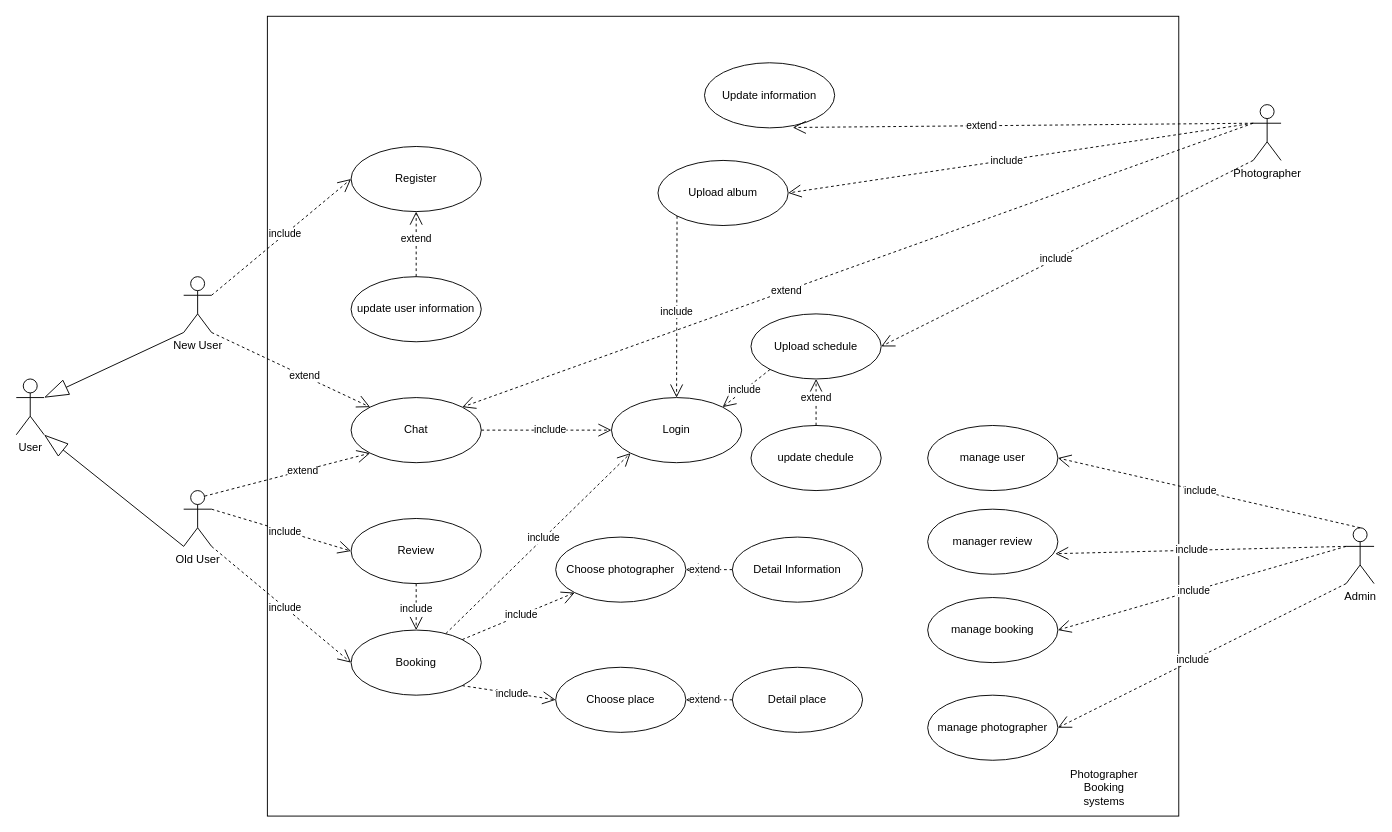
caoquy2000/DBI keeps this draw.io diagram as Untitled Diagramxxx1.drawio. Above is the earlier version. Source tidied: cells renumbered, new cells numbered last; positions are measured from the earlier drawing's top-left corner, leaving out a move shared by most shapes. Both pictures are drawn from the tidied source at 93%, with x=0, y=0 at pixel (16, 16).
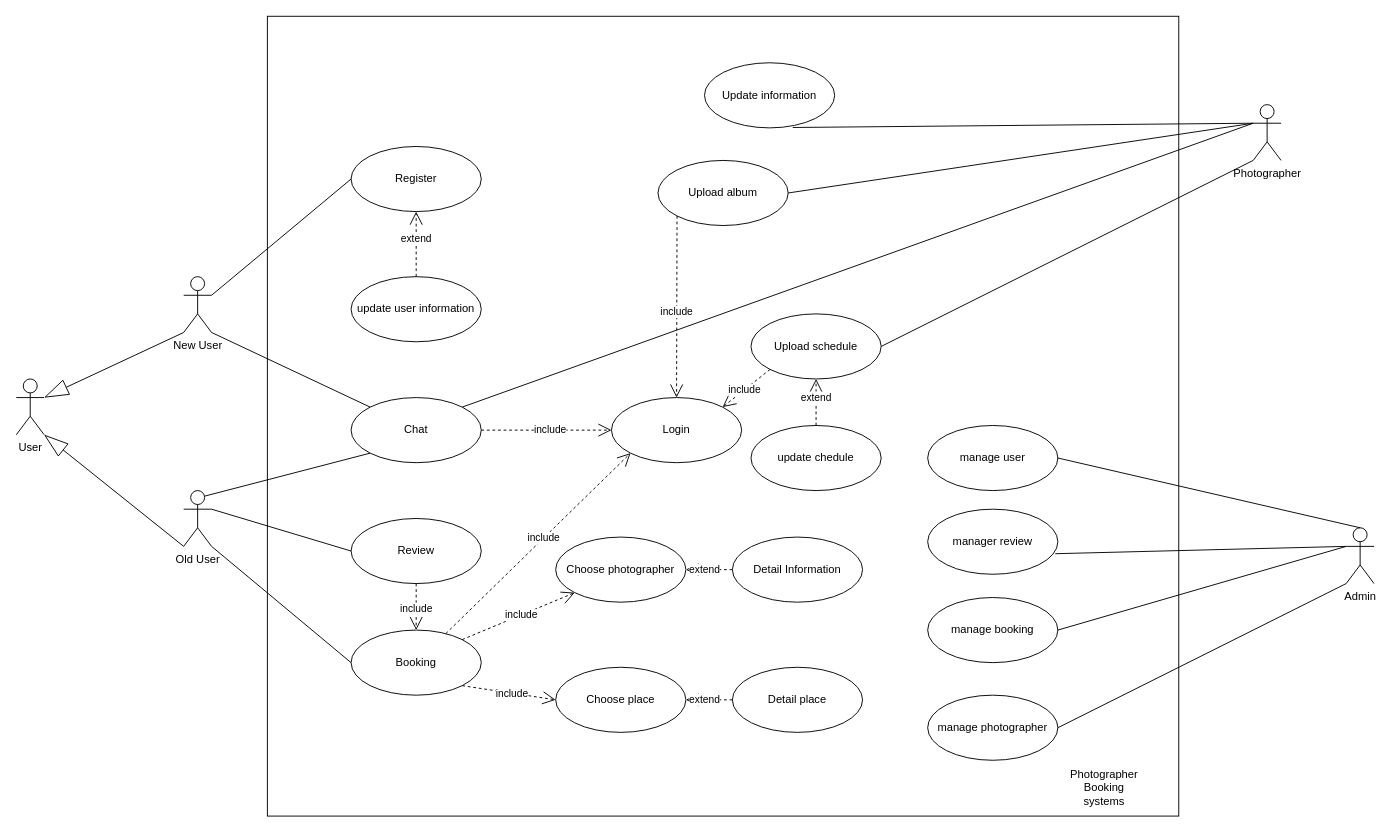
After the change.

The change refers to these unchanged cells:
```xml
<mxCell id="4" value="New User" style="shape=umlActor;verticalLabelPosition=bottom;verticalAlign=top;html=1;" parent="1" vertex="1">
  <mxGeometry x="180" y="280" width="30" height="60" as="geometry" />
</mxCell>
<mxCell id="5" value="Old User" style="shape=umlActor;verticalLabelPosition=bottom;verticalAlign=top;html=1;" parent="1" vertex="1">
  <mxGeometry x="180" y="510" width="30" height="60" as="geometry" />
</mxCell>
<mxCell id="6" value="Register" style="ellipse;whiteSpace=wrap;html=1;" parent="1" vertex="1">
  <mxGeometry x="360" y="140" width="140" height="70" as="geometry" />
</mxCell>
<mxCell id="7" value="Chat" style="ellipse;whiteSpace=wrap;html=1;" parent="1" vertex="1">
  <mxGeometry x="360" y="410" width="140" height="70" as="geometry" />
</mxCell>
<mxCell id="9" value="Booking" style="ellipse;whiteSpace=wrap;html=1;" parent="1" vertex="1">
  <mxGeometry x="360" y="660" width="140" height="70" as="geometry" />
</mxCell>
<mxCell id="12" value="Review" style="ellipse;whiteSpace=wrap;html=1;" parent="1" vertex="1">
  <mxGeometry x="360" y="540" width="140" height="70" as="geometry" />
</mxCell>
<mxCell id="13" value="Upload album" style="ellipse;whiteSpace=wrap;html=1;" parent="1" vertex="1">
  <mxGeometry x="690" y="155" width="140" height="70" as="geometry" />
</mxCell>
<mxCell id="14" value="Photographer" style="shape=umlActor;verticalLabelPosition=bottom;verticalAlign=top;html=1;" parent="1" vertex="1">
  <mxGeometry x="1330" y="95" width="30" height="60" as="geometry" />
</mxCell>
<mxCell id="15" value="Admin" style="shape=umlActor;verticalLabelPosition=bottom;verticalAlign=top;html=1;" parent="1" vertex="1">
  <mxGeometry x="1430" y="550" width="30" height="60" as="geometry" />
</mxCell>
<mxCell id="16" value="Upload schedule" style="ellipse;whiteSpace=wrap;html=1;" parent="1" vertex="1">
  <mxGeometry x="790" y="320" width="140" height="70" as="geometry" />
</mxCell>
<mxCell id="22" value="Update information" style="ellipse;whiteSpace=wrap;html=1;" parent="1" vertex="1">
  <mxGeometry x="740" y="50" width="140" height="70" as="geometry" />
</mxCell>
<mxCell id="44" value="manage user" style="ellipse;whiteSpace=wrap;html=1;" parent="1" vertex="1">
  <mxGeometry x="980" y="440" width="140" height="70" as="geometry" />
</mxCell>
<mxCell id="45" value="manager review" style="ellipse;whiteSpace=wrap;html=1;" parent="1" vertex="1">
  <mxGeometry x="980" y="530" width="140" height="70" as="geometry" />
</mxCell>
<mxCell id="46" value="manage booking" style="ellipse;whiteSpace=wrap;html=1;" parent="1" vertex="1">
  <mxGeometry x="980" y="625" width="140" height="70" as="geometry" />
</mxCell>
<mxCell id="47" value="manage photographer" style="ellipse;whiteSpace=wrap;html=1;" parent="1" vertex="1">
  <mxGeometry x="980" y="730" width="140" height="70" as="geometry" />
</mxCell>
```

What changed in the source:
```diff
@@
-    <mxCell id="19" value="include" style="endArrow=open;endSize=12;dashed=1;html=1;exitX=1;exitY=0.3333333333333333;exitDx=0;exitDy=0;exitPerimeter=0;entryX=0;entryY=0.5;entryDx=0;entryDy=0;" parent="1" edge="1" source="4" target="6">
+    <mxCell id="19" style="endArrow=none;endSize=12;html=1;exitX=1;exitY=0.3333333333333333;exitDx=0;exitDy=0;exitPerimeter=0;entryX=0;entryY=0.5;entryDx=0;entryDy=0;endFill=0;" parent="1" edge="1" source="4" target="6">
       <mxGeometry x="0.06" relative="1" as="geometry" />
     </mxCell>
-    <mxCell id="20" value="include" style="endArrow=open;endSize=12;dashed=1;html=1;exitX=0;exitY=0.3333333333333333;exitDx=0;exitDy=0;exitPerimeter=0;entryX=1;entryY=0.5;entryDx=0;entryDy=0;" parent="1" edge="1" source="14" target="13">
+    <mxCell id="20" style="endArrow=none;endSize=12;html=1;exitX=0;exitY=0.3333333333333333;exitDx=0;exitDy=0;exitPerimeter=0;entryX=1;entryY=0.5;entryDx=0;entryDy=0;endFill=0;" parent="1" edge="1" source="14" target="13">
       <mxGeometry x="0.06" relative="1" as="geometry" />
     </mxCell>
-    <mxCell id="21" value="include" style="endArrow=open;endSize=12;dashed=1;html=1;entryX=1;entryY=0.5;entryDx=0;entryDy=0;exitX=0;exitY=1;exitDx=0;exitDy=0;exitPerimeter=0;" parent="1" edge="1" source="14" target="16">
+    <mxCell id="21" style="endArrow=none;endSize=12;html=1;entryX=1;entryY=0.5;entryDx=0;entryDy=0;exitX=0;exitY=1;exitDx=0;exitDy=0;exitPerimeter=0;endFill=0;" parent="1" edge="1" source="14" target="16">
       <mxGeometry x="0.06" relative="1" as="geometry" />
     </mxCell>
@@
-    <mxCell id="23" value="extend" style="endArrow=open;endSize=12;dashed=1;html=1;exitX=0;exitY=0.3333333333333333;exitDx=0;exitDy=0;exitPerimeter=0;entryX=0.678;entryY=0.994;entryDx=0;entryDy=0;entryPerimeter=0;" parent="1" edge="1" source="14" target="22">
+    <mxCell id="23" style="endArrow=none;endSize=12;html=1;exitX=0;exitY=0.3333333333333333;exitDx=0;exitDy=0;exitPerimeter=0;entryX=0.678;entryY=0.994;entryDx=0;entryDy=0;entryPerimeter=0;endFill=0;" parent="1" edge="1" source="14" target="22">
       <mxGeometry x="0.18" relative="1" as="geometry" />
     </mxCell>
-    <mxCell id="24" value="extend" style="endArrow=open;endSize=12;dashed=1;html=1;exitX=0.75;exitY=0.1;exitDx=0;exitDy=0;exitPerimeter=0;entryX=0;entryY=1;entryDx=0;entryDy=0;" parent="1" edge="1" source="5" target="7">
+    <mxCell id="24" style="endArrow=none;endSize=12;html=1;exitX=0.75;exitY=0.1;exitDx=0;exitDy=0;exitPerimeter=0;entryX=0;entryY=1;entryDx=0;entryDy=0;endFill=0;" parent="1" edge="1" source="5" target="7">
       <mxGeometry x="0.18" relative="1" as="geometry" />
     </mxCell>
-    <mxCell id="25" value="include" style="endArrow=open;endSize=12;dashed=1;html=1;exitX=1;exitY=0.3333333333333333;exitDx=0;exitDy=0;exitPerimeter=0;entryX=0;entryY=0.5;entryDx=0;entryDy=0;" parent="1" edge="1" source="5" target="12">
+    <mxCell id="25" style="endArrow=none;endSize=12;html=1;exitX=1;exitY=0.3333333333333333;exitDx=0;exitDy=0;exitPerimeter=0;entryX=0;entryY=0.5;entryDx=0;entryDy=0;endFill=0;" parent="1" edge="1" source="5" target="12">
       <mxGeometry x="0.06" relative="1" as="geometry" />
     </mxCell>
-    <mxCell id="26" value="include" style="endArrow=open;endSize=12;dashed=1;html=1;exitX=1;exitY=1;exitDx=0;exitDy=0;exitPerimeter=0;entryX=0;entryY=0.5;entryDx=0;entryDy=0;" parent="1" edge="1" source="5" target="9">
+    <mxCell id="26" style="endArrow=none;endSize=12;html=1;exitX=1;exitY=1;exitDx=0;exitDy=0;exitPerimeter=0;entryX=0;entryY=0.5;entryDx=0;entryDy=0;endFill=0;" parent="1" edge="1" source="5" target="9">
       <mxGeometry x="0.06" relative="1" as="geometry" />
     </mxCell>
-    <mxCell id="27" value="extend" style="endArrow=open;endSize=12;dashed=1;html=1;entryX=1;entryY=0;entryDx=0;entryDy=0;exitX=0;exitY=0.3333333333333333;exitDx=0;exitDy=0;exitPerimeter=0;" parent="1" edge="1" source="14" target="7">
+    <mxCell id="27" style="endArrow=none;endSize=12;html=1;entryX=1;entryY=0;entryDx=0;entryDy=0;exitX=0;exitY=0.3333333333333333;exitDx=0;exitDy=0;exitPerimeter=0;endFill=0;" parent="1" edge="1" source="14" target="7">
       <mxGeometry x="0.18" relative="1" as="geometry" />
     </mxCell>
-    <mxCell id="28" value="extend" style="endArrow=open;endSize=12;dashed=1;html=1;exitX=1;exitY=1;exitDx=0;exitDy=0;exitPerimeter=0;entryX=0;entryY=0;entryDx=0;entryDy=0;" parent="1" edge="1" source="4" target="7">
+    <mxCell id="28" style="endArrow=none;endSize=12;html=1;exitX=1;exitY=1;exitDx=0;exitDy=0;exitPerimeter=0;entryX=0;entryY=0;entryDx=0;entryDy=0;endFill=0;" parent="1" edge="1" source="4" target="7">
       <mxGeometry x="0.18" relative="1" as="geometry" />
     </mxCell>
@@
-    <mxCell id="48" value="include" style="endArrow=open;endSize=12;dashed=1;html=1;exitX=0.5;exitY=0;exitDx=0;exitDy=0;exitPerimeter=0;entryX=1;entryY=0.5;entryDx=0;entryDy=0;" parent="1" edge="1" source="15" target="44">
+    <mxCell id="48" style="endArrow=none;endSize=12;html=1;exitX=0.5;exitY=0;exitDx=0;exitDy=0;exitPerimeter=0;entryX=1;entryY=0.5;entryDx=0;entryDy=0;endFill=0;" parent="1" edge="1" source="15" target="44">
       <mxGeometry x="0.06" relative="1" as="geometry" />
     </mxCell>
-    <mxCell id="49" value="include" style="endArrow=open;endSize=12;dashed=1;html=1;exitX=0;exitY=0.3333333333333333;exitDx=0;exitDy=0;exitPerimeter=0;entryX=0.98;entryY=0.684;entryDx=0;entryDy=0;entryPerimeter=0;" parent="1" edge="1" source="15" target="45">
+    <mxCell id="49" style="endArrow=none;endSize=12;html=1;exitX=0;exitY=0.3333333333333333;exitDx=0;exitDy=0;exitPerimeter=0;entryX=0.98;entryY=0.684;entryDx=0;entryDy=0;entryPerimeter=0;endFill=0;" parent="1" edge="1" source="15" target="45">
       <mxGeometry x="0.06" relative="1" as="geometry" />
     </mxCell>
-    <mxCell id="50" value="include" style="endArrow=open;endSize=12;dashed=1;html=1;exitX=0;exitY=0.3333333333333333;exitDx=0;exitDy=0;exitPerimeter=0;entryX=1;entryY=0.5;entryDx=0;entryDy=0;" parent="1" edge="1" source="15" target="46">
+    <mxCell id="50" style="endArrow=none;endSize=12;html=1;exitX=0;exitY=0.3333333333333333;exitDx=0;exitDy=0;exitPerimeter=0;entryX=1;entryY=0.5;entryDx=0;entryDy=0;endFill=0;" parent="1" edge="1" source="15" target="46">
       <mxGeometry x="0.06" relative="1" as="geometry" />
     </mxCell>
-    <mxCell id="51" value="include" style="endArrow=open;endSize=12;dashed=1;html=1;exitX=0;exitY=1;exitDx=0;exitDy=0;exitPerimeter=0;entryX=1;entryY=0.5;entryDx=0;entryDy=0;" parent="1" edge="1" source="15" target="47">
+    <mxCell id="51" style="endArrow=none;endSize=12;html=1;exitX=0;exitY=1;exitDx=0;exitDy=0;exitPerimeter=0;entryX=1;entryY=0.5;entryDx=0;entryDy=0;endFill=0;" parent="1" edge="1" source="15" target="47">
       <mxGeometry x="0.06" relative="1" as="geometry" />
     </mxCell>
```
